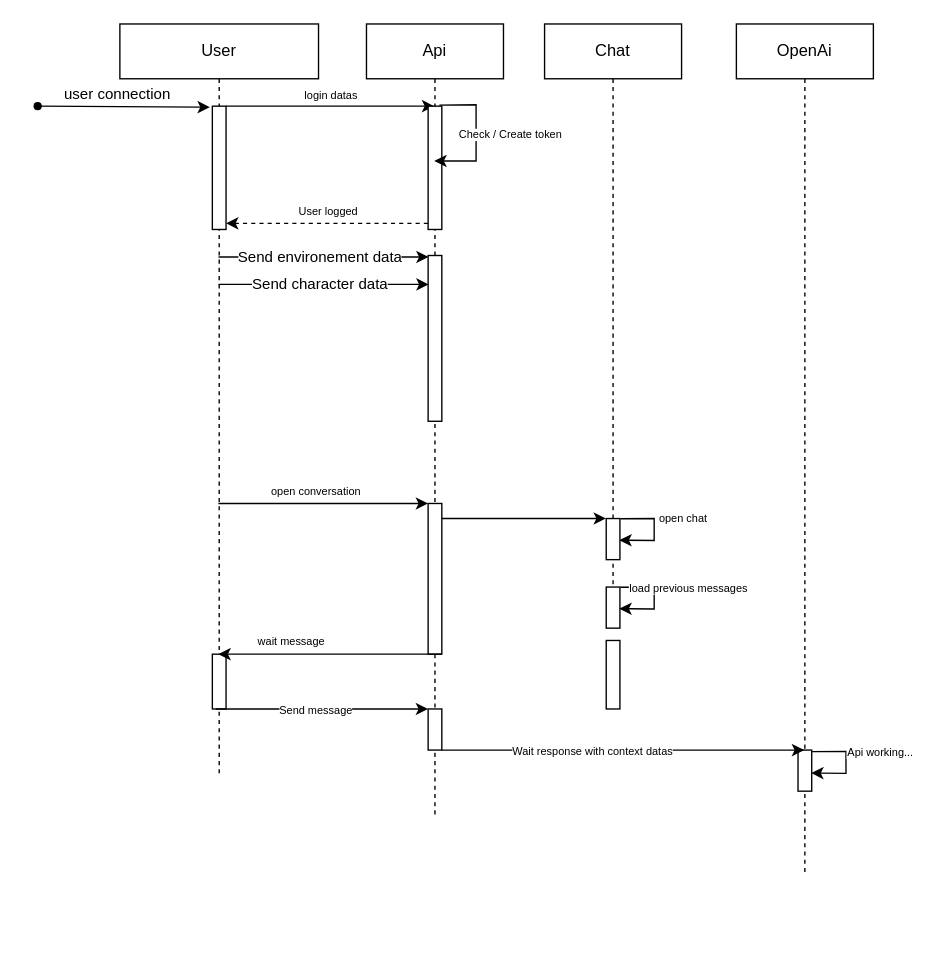
The draw.io diagram page "Sequence" (5 of 5) of UseCase.drawio in TheoPasquier/Ai-Personnality-chatting, before the edit. Source tidied: cells renumbered, new cells numbered last; positions are measured from the earlier drawing's top-left corner, leaving out a move shared by most shapes. Both pictures are drawn from the tidied source at 137%, with x=0, y=0 at pixel (23, 23).
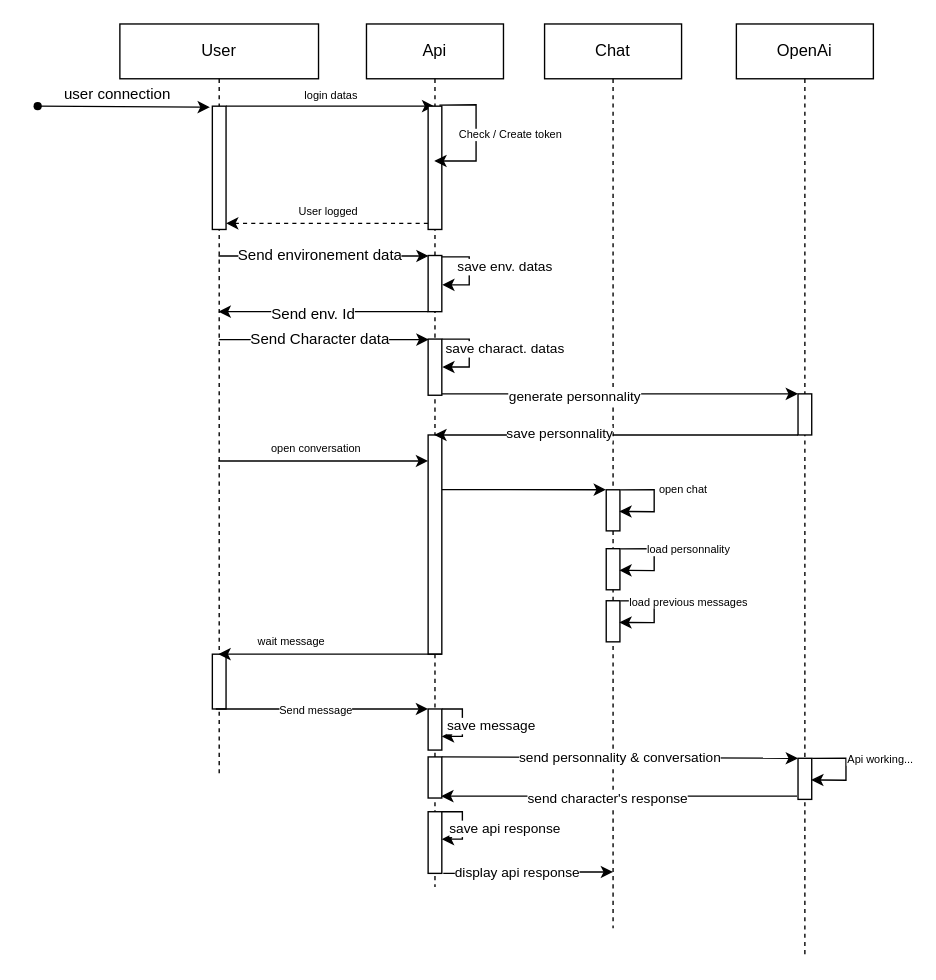
The same diagram, later.

Unchanged cells that the change refers to:
```xml
<mxCell id="4" value="User" style="shape=umlLifeline;perimeter=lifelinePerimeter;whiteSpace=wrap;html=1;outlineConnect=0;" parent="1" vertex="1">
  <mxGeometry x="70" width="145" height="550" as="geometry" />
</mxCell>
<mxCell id="18" style="group;" parent="17" vertex="1">
  <mxGeometry x="45" y="80" width="35" height="191" as="geometry" />
</mxCell>
<mxCell id="24" style="html=1;points=[];perimeter=orthogonalPerimeter;" parent="23" vertex="1">
  <mxGeometry width="10" height="30" as="geometry" />
</mxCell>
<mxCell id="32" style="html=1;points=[];perimeter=orthogonalPerimeter;" parent="1" vertex="1">
  <mxGeometry x="295" y="500" width="10" height="30" as="geometry" />
</mxCell>
```

The edit, as a diff of the source:
```diff
@@
     <mxCell id="7" value="OpenAi" style="shape=umlLifeline;perimeter=lifelinePerimeter;whiteSpace=wrap;html=1;" parent="1" vertex="1">
-      <mxGeometry x="520" width="100" height="620" as="geometry" />
+      <mxGeometry x="520" width="100" height="680" as="geometry" />
     </mxCell>
     <mxCell id="8" style="rounded=0;whiteSpace=wrap;html=1;" parent="7" vertex="1">
-      <mxGeometry x="45" y="530" width="10" height="30" as="geometry" />
+      <mxGeometry x="45" y="536" width="10" height="30" as="geometry" />
     </mxCell>
+    <mxCell id="46" style="rounded=0;whiteSpace=wrap;html=1;" parent="7" vertex="1">
+      <mxGeometry x="45" y="270" width="10" height="30" as="geometry" />
+    </mxCell>
     <mxCell id="9" value="Api" style="shape=umlLifeline;perimeter=lifelinePerimeter;whiteSpace=wrap;html=1;outlineConnect=0;" parent="1" vertex="1">
-      <mxGeometry x="250" width="100" height="580" as="geometry" />
+      <mxGeometry x="250" width="100" height="630" as="geometry" />
     </mxCell>
@@
     <mxCell id="15" style="edgeStyle=none;rounded=0;orthogonalLoop=1;jettySize=auto;html=1;fontSize=8;startArrow=classic;startFill=1;endArrow=none;endFill=0;" parent="1" edge="1">
       <mxGeometry relative="1" as="geometry">
-        <mxPoint x="295" y="350" as="sourcePoint" />
-        <mxPoint x="141.9" y="350" as="targetPoint" />
+        <mxPoint x="295" y="319" as="sourcePoint" />
+        <mxPoint x="141.9" y="319" as="targetPoint" />
         <Array as="points">
-          <mxPoint x="200" y="350" />
+          <mxPoint x="200" y="319" />
         </Array>
       </mxGeometry>
     </mxCell>
@@
     <mxCell id="17" value="Chat" style="shape=umlLifeline;perimeter=lifelinePerimeter;whiteSpace=wrap;html=1;" parent="1" vertex="1">
-      <mxGeometry x="380" width="100" height="410" as="geometry" />
+      <mxGeometry x="380" width="100" height="660" as="geometry" />
     </mxCell>
@@
     <mxCell id="19" style="group;" parent="18" vertex="1">
-      <mxGeometry y="331" width="35" height="30" as="geometry" />
+      <mxGeometry y="341" width="35" height="30" as="geometry" />
     </mxCell>
@@
     <mxCell id="23" style="group;" parent="18" vertex="1">
-      <mxGeometry y="281" width="35" height="30" as="geometry" />
+      <mxGeometry y="260" width="35" height="30" as="geometry" />
     </mxCell>
@@
-    <mxCell id="27" style="group;" parent="17" vertex="1">
-      <mxGeometry x="45" y="450" width="35" height="50" as="geometry" />
-    </mxCell>
-    <mxCell id="28" style="html=1;perimeter=orthogonalPerimeter;" parent="27" vertex="1">
-      <mxGeometry width="10" height="50" as="geometry" />
-    </mxCell>
-    <mxCell id="29" style="edgeStyle=none;rounded=0;orthogonalLoop=1;jettySize=auto;html=1;fontSize=8;startArrow=none;startFill=0;endArrow=classic;endFill=1;" parent="17" edge="1">
-      <mxGeometry relative="1" as="geometry">
-        <mxPoint x="-75" y="530" as="sourcePoint" />
-        <mxPoint x="189.5" y="530" as="targetPoint" />
-      </mxGeometry>
-    </mxCell>
-    <mxCell id="30" value="Wait response with context datas" style="edgeLabel;html=1;align=center;verticalAlign=middle;fontSize=8;" parent="29" vertex="1">
-      <mxGeometry x="-0.33" y="3" relative="1" as="geometry">
-        <mxPoint x="20" y="3" as="offset" />
-      </mxGeometry>
-    </mxCell>
-    <mxCell id="31" style="edgeStyle=none;rounded=0;jettySize=auto;html=1;entryX=-0.019;entryY=-0.002;entryDx=0;entryDy=0;entryPerimeter=0;fontSize=8;startArrow=none;startFill=0;endArrow=classic;endFill=1;" parent="1" edge="1" source="38" target="24">
-      <mxGeometry relative="1" as="geometry" />
+    <mxCell id="31" style="edgeStyle=none;rounded=0;jettySize=auto;html=1;entryX=-0.019;entryY=-0.002;entryDx=0;entryDy=0;entryPerimeter=0;fontSize=8;startArrow=none;startFill=0;endArrow=classic;endFill=1;" parent="1" edge="1" target="24">
+      <mxGeometry relative="1" as="geometry">
+        <mxPoint x="305" y="339.9" as="sourcePoint" />
+      </mxGeometry>
     </mxCell>
@@
     <mxCell id="33" style="endArrow=classic;html=1;rounded=0;fontSize=8;entryX=0.957;entryY=0.527;entryDx=0;entryDy=0;entryPerimeter=0;exitX=1.033;exitY=0.004;exitDx=0;exitDy=0;exitPerimeter=0;" parent="1" edge="1">
       <mxGeometry relative="1" as="geometry">
-        <mxPoint x="575.3" y="531.1" as="sourcePoint" />
-        <mxPoint x="574.6" y="546.8" as="targetPoint" />
+        <mxPoint x="575.3" y="536.1" as="sourcePoint" />
+        <mxPoint x="574.6" y="551.8" as="targetPoint" />
         <Array as="points">
-          <mxPoint x="600" y="531" />
-          <mxPoint x="600" y="547" />
+          <mxPoint x="600" y="536" />
+          <mxPoint x="600" y="552" />
         </Array>
       </mxGeometry>
     </mxCell>
@@
     <mxCell id="38" style="html=1;points=[];perimeter=orthogonalPerimeter;" parent="1" vertex="1">
-      <mxGeometry x="295" y="350" width="10" height="110" as="geometry" />
+      <mxGeometry x="295" y="300" width="10" height="160" as="geometry" />
     </mxCell>
@@
+    <mxCell id="47" style="edgeStyle=orthogonalEdgeStyle;rounded=0;jettySize=auto;html=1;" parent="1" edge="1" source="43" target="4">
+      <mxGeometry relative="1" as="geometry">
+        <Array as="points">
+          <mxPoint x="240" y="210" />
+          <mxPoint x="240" y="210" />
+        </Array>
+      </mxGeometry>
+    </mxCell>
+    <mxCell id="48" value="Send env. Id" style="edgeLabel;html=1;align=center;verticalAlign=middle;" parent="47" vertex="1">
+      <mxGeometry x="0.11" y="1" relative="1" as="geometry" />
+    </mxCell>
     <mxCell id="43" style="html=1;points=[];perimeter=orthogonalPerimeter;" parent="1" vertex="1">
-      <mxGeometry x="295" y="169" width="10" height="121" as="geometry" />
+      <mxGeometry x="295" y="169" width="10" height="41" as="geometry" />
     </mxCell>
-    <mxCell id="44" style="edgeStyle=orthogonalEdgeStyle;rounded=0;jettySize=auto;html=1;entryX=0.037;entryY=0.009;entryDx=0;entryDy=0;entryPerimeter=0;" parent="1" edge="1" source="4">
-      <mxGeometry relative="1" as="geometry">
-        <mxPoint x="295.4" y="190.1" as="targetPoint" />
-        <Array as="points">
-          <mxPoint x="190" y="190" />
-          <mxPoint x="190" y="190" />
-        </Array>
-      </mxGeometry>
-    </mxCell>
-    <mxCell id="45" value="Send character data" style="edgeLabel;html=1;align=center;verticalAlign=middle;" parent="44" vertex="1">
-      <mxGeometry x="-0.28" relative="1" as="geometry">
-        <mxPoint x="18" y="-1" as="offset" />
-      </mxGeometry>
-    </mxCell>
+    <mxCell id="49" style="edgeStyle=orthogonalEdgeStyle;rounded=0;jettySize=auto;html=1;entryX=0.037;entryY=0.009;entryDx=0;entryDy=0;entryPerimeter=0;" parent="1" edge="1" target="53">
+      <mxGeometry relative="1" as="geometry">
+        <mxPoint x="142.5" y="230.4" as="sourcePoint" />
+        <Array as="points">
+          <mxPoint x="200" y="231" />
+          <mxPoint x="200" y="231" />
+        </Array>
+      </mxGeometry>
+    </mxCell>
+    <mxCell id="50" value="Send Character data" style="edgeLabel;html=1;align=center;verticalAlign=middle;" parent="49" vertex="1">
+      <mxGeometry x="-0.28" relative="1" as="geometry">
+        <mxPoint x="18" y="-1" as="offset" />
+      </mxGeometry>
+    </mxCell>
+    <mxCell id="51" style="edgeStyle=orthogonalEdgeStyle;rounded=0;jettySize=auto;html=1;entryX=0;entryY=0;entryDx=0;entryDy=0;fontSize=10;" parent="1" edge="1" target="46">
+      <mxGeometry relative="1" as="geometry">
+        <mxPoint x="305" y="270.5" as="sourcePoint" />
+        <Array as="points">
+          <mxPoint x="565" y="270" />
+        </Array>
+      </mxGeometry>
+    </mxCell>
+    <mxCell id="52" value="generate personnality" style="edgeLabel;html=1;align=center;verticalAlign=middle;fontSize=10;" parent="51" vertex="1">
+      <mxGeometry x="-0.26" y="-1" relative="1" as="geometry" />
+    </mxCell>
+    <mxCell id="53" style="html=1;points=[];perimeter=orthogonalPerimeter;" parent="1" vertex="1">
+      <mxGeometry x="295" y="230" width="10" height="41" as="geometry" />
+    </mxCell>
+    <mxCell id="54" style="edgeStyle=orthogonalEdgeStyle;rounded=0;orthogonalLoop=1;jettySize=auto;html=1;entryX=1.027;entryY=0.522;entryDx=0;entryDy=0;entryPerimeter=0;" parent="1" edge="1" source="43" target="43">
+      <mxGeometry relative="1" as="geometry">
+        <Array as="points">
+          <mxPoint x="325" y="170" />
+          <mxPoint x="325" y="190" />
+          <mxPoint x="305" y="190" />
+        </Array>
+      </mxGeometry>
+    </mxCell>
+    <mxCell id="55" value="save env. datas" style="edgeLabel;html=1;align=center;verticalAlign=middle;fontSize=10;" parent="54" vertex="1">
+      <mxGeometry x="-0.1" relative="1" as="geometry">
+        <mxPoint x="25" y="-1" as="offset" />
+      </mxGeometry>
+    </mxCell>
+    <mxCell id="56" style="edgeStyle=orthogonalEdgeStyle;rounded=0;orthogonalLoop=1;jettySize=auto;html=1;entryX=1.027;entryY=0.522;entryDx=0;entryDy=0;entryPerimeter=0;" parent="1" edge="1">
+      <mxGeometry relative="1" as="geometry">
+        <mxPoint x="305" y="230" as="sourcePoint" />
+        <mxPoint x="305.3" y="250.4" as="targetPoint" />
+        <Array as="points">
+          <mxPoint x="325" y="230" />
+          <mxPoint x="325" y="250" />
+          <mxPoint x="305" y="250" />
+        </Array>
+      </mxGeometry>
+    </mxCell>
+    <mxCell id="57" value="save charact. datas" style="edgeLabel;html=1;align=center;verticalAlign=middle;fontSize=10;" parent="56" vertex="1">
+      <mxGeometry x="-0.1" relative="1" as="geometry">
+        <mxPoint x="25" y="-1" as="offset" />
+      </mxGeometry>
+    </mxCell>
+    <mxCell id="58" style="edgeStyle=orthogonalEdgeStyle;rounded=0;orthogonalLoop=1;jettySize=auto;html=1;fontSize=10;" parent="1" edge="1" source="32" target="32">
+      <mxGeometry relative="1" as="geometry">
+        <Array as="points">
+          <mxPoint x="320" y="500" />
+          <mxPoint x="310" y="520" />
+        </Array>
+      </mxGeometry>
+    </mxCell>
+    <mxCell id="59" value="save message" style="edgeLabel;html=1;align=center;verticalAlign=middle;fontSize=10;" parent="58" vertex="1">
+      <mxGeometry x="-0.18" relative="1" as="geometry">
+        <mxPoint x="20" y="5" as="offset" />
+      </mxGeometry>
+    </mxCell>
+    <mxCell id="60" value="send personnality &amp;amp; conversation" style="edgeStyle=orthogonalEdgeStyle;rounded=0;orthogonalLoop=1;jettySize=auto;html=1;fontSize=10;" parent="1" edge="1">
+      <mxGeometry relative="1" as="geometry">
+        <mxPoint x="305" y="535" as="sourcePoint" />
+        <mxPoint x="565" y="536" as="targetPoint" />
+        <Array as="points">
+          <mxPoint x="565" y="535" />
+        </Array>
+      </mxGeometry>
+    </mxCell>
+    <mxCell id="61" style="html=1;points=[];perimeter=orthogonalPerimeter;" parent="1" vertex="1">
+      <mxGeometry x="295" y="535" width="10" height="30" as="geometry" />
+    </mxCell>
+    <mxCell id="62" style="group;" parent="1" vertex="1">
+      <mxGeometry x="425" y="383" width="35" height="30" as="geometry" />
+    </mxCell>
+    <mxCell id="63" style="html=1;points=[];perimeter=orthogonalPerimeter;" parent="62" vertex="1">
+      <mxGeometry width="10" height="30" as="geometry" />
+    </mxCell>
+    <mxCell id="64" style="endArrow=classic;html=1;rounded=0;fontSize=8;entryX=0.957;entryY=0.527;entryDx=0;entryDy=0;entryPerimeter=0;exitX=1.033;exitY=0.004;exitDx=0;exitDy=0;exitPerimeter=0;" parent="62" edge="1" source="63" target="63">
+      <mxGeometry relative="1" as="geometry">
+        <Array as="points">
+          <mxPoint x="35" />
+          <mxPoint x="35" y="16" />
+        </Array>
+      </mxGeometry>
+    </mxCell>
+    <mxCell id="65" value="load personnality" style="edgeLabel;html=1;align=center;verticalAlign=middle;fontSize=8;" parent="64" vertex="1">
+      <mxGeometry x="-0.15" relative="1" as="geometry">
+        <mxPoint x="24" y="-3" as="offset" />
+      </mxGeometry>
+    </mxCell>
+    <mxCell id="66" style="edgeStyle=orthogonalEdgeStyle;rounded=0;jettySize=auto;html=1;fontSize=10;" parent="1" edge="1" source="46" target="9">
+      <mxGeometry relative="1" as="geometry">
+        <Array as="points">
+          <mxPoint x="410" y="300" />
+          <mxPoint x="410" y="300" />
+        </Array>
+      </mxGeometry>
+    </mxCell>
+    <mxCell id="67" value="save personnality" style="edgeLabel;html=1;align=center;verticalAlign=middle;fontSize=10;" parent="66" vertex="1">
+      <mxGeometry x="0.32" y="-2" relative="1" as="geometry" />
+    </mxCell>
+    <mxCell id="68" style="edgeStyle=orthogonalEdgeStyle;rounded=0;jettySize=auto;html=1;entryX=0.956;entryY=0.954;entryDx=0;entryDy=0;entryPerimeter=0;fontSize=10;exitX=-0.073;exitY=0.919;exitDx=0;exitDy=0;exitPerimeter=0;" parent="1" edge="1" source="8" target="61">
+      <mxGeometry relative="1" as="geometry" />
+    </mxCell>
+    <mxCell id="69" value="send character's response" style="edgeLabel;html=1;align=center;verticalAlign=middle;fontSize=10;" parent="68" vertex="1">
+      <mxGeometry x="0.2" y="1" relative="1" as="geometry">
+        <mxPoint x="17" as="offset" />
+      </mxGeometry>
+    </mxCell>
+    <mxCell id="70" style="edgeStyle=orthogonalEdgeStyle;rounded=0;jettySize=auto;html=1;fontSize=10;exitX=1.105;exitY=1;exitDx=0;exitDy=0;exitPerimeter=0;" parent="1" edge="1" source="72">
+      <mxGeometry relative="1" as="geometry">
+        <mxPoint x="430" y="619" as="targetPoint" />
+        <Array as="points">
+          <mxPoint x="368" y="620" />
+        </Array>
+      </mxGeometry>
+    </mxCell>
+    <mxCell id="71" value="display api response" style="edgeLabel;html=1;align=center;verticalAlign=middle;fontSize=10;" parent="70" vertex="1">
+      <mxGeometry x="-0.29" y="2" relative="1" as="geometry">
+        <mxPoint x="9" as="offset" />
+      </mxGeometry>
+    </mxCell>
+    <mxCell id="72" style="html=1;points=[];perimeter=orthogonalPerimeter;" parent="1" vertex="1">
+      <mxGeometry x="295" y="575" width="10" height="45" as="geometry" />
+    </mxCell>
+    <mxCell id="73" style="edgeStyle=orthogonalEdgeStyle;rounded=0;orthogonalLoop=1;jettySize=auto;html=1;fontSize=10;" parent="1" edge="1" source="72" target="72">
+      <mxGeometry relative="1" as="geometry">
+        <Array as="points">
+          <mxPoint x="320" y="575" />
+          <mxPoint x="310" y="595" />
+        </Array>
+      </mxGeometry>
+    </mxCell>
+    <mxCell id="74" value="save api response" style="edgeLabel;html=1;align=center;verticalAlign=middle;fontSize=10;" parent="73" vertex="1">
+      <mxGeometry x="-0.18" relative="1" as="geometry">
+        <mxPoint x="30" y="5" as="offset" />
+      </mxGeometry>
+    </mxCell>
```
